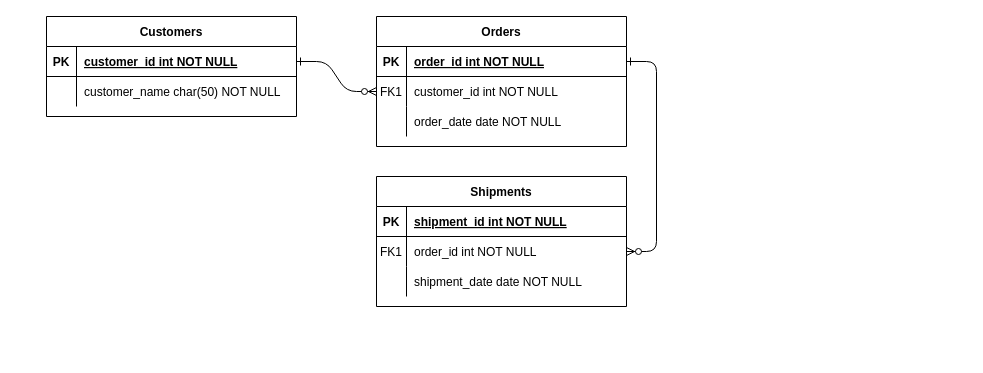
This is Playground.drawio from raulgm00/draw.oi, a draw.io file, before an edit. Source tidied: cells renumbered, new cells numbered last; positions are measured from the earlier drawing's top-left corner, leaving out a move shared by most shapes. Both pictures are drawn from the tidied source at 100%, with x=0, y=0 at pixel (46, 16).
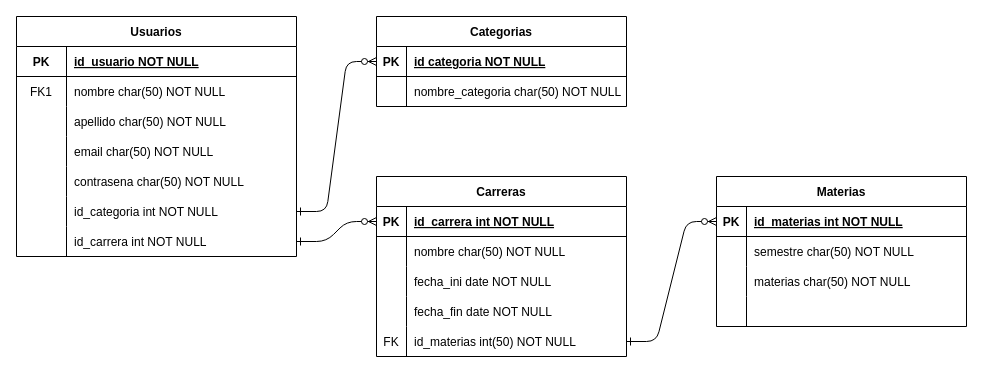
Above is the later version.

The change refers to these unchanged cells:
```xml
<mxCell id="5" style="shape=partialRectangle;fillColor=none;points=[[0,0.5],[1,0.5]];portConstraint=eastwest;top=0;left=0;right=0;bottom=1;" parent="4" vertex="1">
  <mxGeometry y="30" width="250" height="30" as="geometry" />
</mxCell>
<mxCell id="8" style="shape=partialRectangle;fillColor=none;points=[[0,0.5],[1,0.5]];portConstraint=eastwest;top=0;left=0;right=0;bottom=0;" parent="4" vertex="1">
  <mxGeometry y="60" width="250" height="30" as="geometry" />
</mxCell>
<mxCell id="15" style="shape=partialRectangle;fillColor=none;points=[[0,0.5],[1,0.5]];portConstraint=eastwest;top=0;left=0;right=0;bottom=1;" parent="14" vertex="1">
  <mxGeometry y="30" width="250" height="30" as="geometry" />
</mxCell>
<mxCell id="18" style="shape=partialRectangle;fillColor=none;points=[[0,0.5],[1,0.5]];portConstraint=eastwest;top=0;left=0;right=0;bottom=0;" parent="14" vertex="1">
  <mxGeometry y="60" width="250" height="30" as="geometry" />
</mxCell>
<mxCell id="21" style="shape=partialRectangle;fillColor=none;top=0;left=0;right=0;bottom=0;" parent="14" vertex="1">
  <mxGeometry y="90" width="250" height="30" as="geometry" />
</mxCell>
```

What changed in the source:
```diff
@@
-    <mxCell id="2" style="edgeStyle=entityRelationEdgeStyle;endArrow=ERzeroToMany;startArrow=ERone;endFill=1;startFill=0;" parent="1" edge="1" source="25" target="8">
+    <mxCell id="2" style="edgeStyle=entityRelationEdgeStyle;endArrow=ERzeroToMany;startArrow=ERone;endFill=1;startFill=0;entryX=0;entryY=0.5;entryDx=0;entryDy=0;exitX=1;exitY=0.5;exitDx=0;exitDy=0;" parent="1" edge="1" source="49" target="5">
       <mxGeometry relative="1" as="geometry" />
     </mxCell>
-    <mxCell id="3" style="edgeStyle=entityRelationEdgeStyle;endArrow=ERzeroToMany;startArrow=ERone;endFill=1;startFill=0;" parent="1" edge="1" source="5" target="18">
+    <mxCell id="3" style="edgeStyle=entityRelationEdgeStyle;endArrow=ERzeroToMany;startArrow=ERone;endFill=1;startFill=0;entryX=0;entryY=0.5;entryDx=0;entryDy=0;" parent="1" edge="1" source="28" target="15">
       <mxGeometry relative="1" as="geometry" />
     </mxCell>
-    <mxCell id="4" value="Orders" style="shape=table;startSize=30;childLayout=tableLayout;rowLines=0;fontStyle=1;align=center;" parent="1" vertex="1">
-      <mxGeometry x="330" width="250" height="130" as="geometry" />
+    <mxCell id="4" value="Categorias" style="shape=table;startSize=30;childLayout=tableLayout;rowLines=0;fontStyle=1;align=center;" parent="1" vertex="1">
+      <mxGeometry x="330" width="250" height="90" as="geometry" />
     </mxCell>
@@
-    <mxCell id="7" value="order_id int NOT NULL " style="shape=partialRectangle;overflow=hidden;fillColor=none;top=0;left=0;bottom=0;right=0;align=left;spacingLeft=6;fontStyle=5;" parent="5" vertex="1">
+    <mxCell id="7" value="id categoria NOT NULL " style="shape=partialRectangle;overflow=hidden;fillColor=none;top=0;left=0;bottom=0;right=0;align=left;spacingLeft=6;fontStyle=5;" parent="5" vertex="1">
       <mxGeometry x="30" width="220" height="30" as="geometry" />
     </mxCell>
@@
-    <mxCell id="9" value="FK1" style="shape=partialRectangle;overflow=hidden;fillColor=none;top=0;left=0;bottom=0;right=0;" parent="8" vertex="1">
+    <mxCell id="9" style="shape=partialRectangle;overflow=hidden;fillColor=none;top=0;left=0;bottom=0;right=0;" parent="8" vertex="1">
       <mxGeometry width="30" height="30" as="geometry" />
     </mxCell>
-    <mxCell id="10" value="customer_id int NOT NULL" style="shape=partialRectangle;overflow=hidden;fillColor=none;top=0;left=0;bottom=0;right=0;align=left;spacingLeft=6;" parent="8" vertex="1">
+    <mxCell id="10" value="nombre_categoria char(50) NOT NULL" style="shape=partialRectangle;overflow=hidden;fillColor=none;top=0;left=0;bottom=0;right=0;align=left;spacingLeft=6;" parent="8" vertex="1">
       <mxGeometry x="30" width="220" height="30" as="geometry" />
     </mxCell>
-    <mxCell id="11" style="shape=partialRectangle;fillColor=none;top=0;left=0;right=0;bottom=0;" parent="4" vertex="1">
-      <mxGeometry y="90" width="250" height="30" as="geometry" />
-    </mxCell>
-    <mxCell id="12" style="shape=partialRectangle;overflow=hidden;fillColor=none;top=0;left=0;bottom=0;right=0;" parent="11" vertex="1">
-      <mxGeometry width="30" height="30" as="geometry" />
-    </mxCell>
-    <mxCell id="13" value="order_date date NOT NULL" style="shape=partialRectangle;overflow=hidden;fillColor=none;top=0;left=0;bottom=0;right=0;align=left;spacingLeft=6;" parent="11" vertex="1">
-      <mxGeometry x="30" width="220" height="30" as="geometry" />
-    </mxCell>
-    <mxCell id="14" value="Shipments" style="shape=table;startSize=30;childLayout=tableLayout;rowLines=0;fontStyle=1;align=center;" parent="1" vertex="1">
-      <mxGeometry x="330" y="160" width="250" height="130" as="geometry" />
+    <mxCell id="14" value="Carreras" style="shape=table;startSize=30;childLayout=tableLayout;rowLines=0;fontStyle=1;align=center;" parent="1" vertex="1">
+      <mxGeometry x="330" y="160" width="250" height="180" as="geometry" />
     </mxCell>
@@
-    <mxCell id="17" value="shipment_id int NOT NULL " style="shape=partialRectangle;overflow=hidden;fillColor=none;top=0;left=0;bottom=0;right=0;align=left;spacingLeft=6;fontStyle=5;" parent="15" vertex="1">
+    <mxCell id="17" value="id_carrera int NOT NULL " style="shape=partialRectangle;overflow=hidden;fillColor=none;top=0;left=0;bottom=0;right=0;align=left;spacingLeft=6;fontStyle=5;" parent="15" vertex="1">
       <mxGeometry x="30" width="220" height="30" as="geometry" />
     </mxCell>
@@
-    <mxCell id="19" value="FK1" style="shape=partialRectangle;overflow=hidden;fillColor=none;top=0;left=0;bottom=0;right=0;" parent="18" vertex="1">
+    <mxCell id="19" style="shape=partialRectangle;overflow=hidden;fillColor=none;top=0;left=0;bottom=0;right=0;" parent="18" vertex="1">
       <mxGeometry width="30" height="30" as="geometry" />
     </mxCell>
-    <mxCell id="20" value="order_id int NOT NULL" style="shape=partialRectangle;overflow=hidden;fillColor=none;top=0;left=0;bottom=0;right=0;align=left;spacingLeft=6;" parent="18" vertex="1">
+    <mxCell id="20" value="nombre char(50) NOT NULL" style="shape=partialRectangle;overflow=hidden;fillColor=none;top=0;left=0;bottom=0;right=0;align=left;spacingLeft=6;" parent="18" vertex="1">
       <mxGeometry x="30" width="220" height="30" as="geometry" />
     </mxCell>
@@
-    <mxCell id="23" value="shipment_date date NOT NULL" style="shape=partialRectangle;overflow=hidden;fillColor=none;top=0;left=0;bottom=0;right=0;align=left;spacingLeft=6;" parent="21" vertex="1">
+    <mxCell id="23" value="fecha_ini date NOT NULL" style="shape=partialRectangle;overflow=hidden;fillColor=none;top=0;left=0;bottom=0;right=0;align=left;spacingLeft=6;" parent="21" vertex="1">
       <mxGeometry x="30" width="220" height="30" as="geometry" />
     </mxCell>
+    <mxCell id="31" style="shape=partialRectangle;fillColor=none;top=0;left=0;right=0;bottom=0;" parent="14" vertex="1">
+      <mxGeometry y="120" width="250" height="30" as="geometry" />
+    </mxCell>
+    <mxCell id="32" style="shape=partialRectangle;overflow=hidden;fillColor=none;top=0;left=0;bottom=0;right=0;" parent="31" vertex="1">
+      <mxGeometry width="30" height="30" as="geometry" />
+    </mxCell>
+    <mxCell id="33" value="fecha_fin date NOT NULL" style="shape=partialRectangle;overflow=hidden;fillColor=none;top=0;left=0;bottom=0;right=0;align=left;spacingLeft=6;" parent="31" vertex="1">
+      <mxGeometry x="30" width="220" height="30" as="geometry" />
+    </mxCell>
+    <mxCell id="34" style="shape=partialRectangle;fillColor=none;points=[[0,0.5],[1,0.5]];portConstraint=eastwest;top=0;left=0;right=0;bottom=0;" parent="14" vertex="1">
+      <mxGeometry y="150" width="250" height="30" as="geometry" />
+    </mxCell>
+    <mxCell id="35" value="FK" style="shape=partialRectangle;overflow=hidden;fillColor=none;top=0;left=0;bottom=0;right=0;" parent="34" vertex="1">
+      <mxGeometry width="30" height="30" as="geometry" />
+    </mxCell>
+    <mxCell id="36" value="id_materias int(50) NOT NULL" style="shape=partialRectangle;overflow=hidden;fillColor=none;top=0;left=0;bottom=0;right=0;align=left;spacingLeft=6;" parent="34" vertex="1">
+      <mxGeometry x="30" width="220" height="30" as="geometry" />
+    </mxCell>
-    <mxCell id="24" value="Customers" style="shape=table;startSize=30;childLayout=tableLayout;rowLines=0;fontStyle=1;align=center;" parent="1" vertex="1">
-      <mxGeometry width="250" height="100" as="geometry" />
+    <mxCell id="24" value="Usuarios" style="shape=table;startSize=30;childLayout=tableLayout;rowLines=0;fontStyle=1;align=center;" parent="1" vertex="1">
+      <mxGeometry x="-30" width="280" height="240" as="geometry" />
     </mxCell>
     <mxCell id="25" style="shape=partialRectangle;fillColor=none;points=[[0,0.5],[1,0.5]];portConstraint=eastwest;top=0;left=0;right=0;bottom=1;" parent="24" vertex="1">
-      <mxGeometry y="30" width="250" height="30" as="geometry" />
+      <mxGeometry y="30" width="280" height="30" as="geometry" />
     </mxCell>
     <mxCell id="26" value="PK" style="shape=partialRectangle;overflow=hidden;fillColor=none;top=0;left=0;bottom=0;right=0;fontStyle=1;" parent="25" vertex="1">
-      <mxGeometry width="30" height="30" as="geometry" />
+      <mxGeometry width="50" height="30" as="geometry" />
     </mxCell>
-    <mxCell id="27" value="customer_id int NOT NULL " style="shape=partialRectangle;overflow=hidden;fillColor=none;top=0;left=0;bottom=0;right=0;align=left;spacingLeft=6;fontStyle=5;" parent="25" vertex="1">
-      <mxGeometry x="30" width="220" height="30" as="geometry" />
+    <mxCell id="27" value="id  usuario NOT NULL " style="shape=partialRectangle;overflow=hidden;fillColor=none;top=0;left=0;bottom=0;right=0;align=left;spacingLeft=6;fontStyle=5;" parent="25" vertex="1">
+      <mxGeometry x="50" width="230" height="30" as="geometry" />
     </mxCell>
+    <mxCell id="37" style="shape=partialRectangle;fillColor=none;top=0;left=0;right=0;bottom=0;" parent="24" vertex="1">
+      <mxGeometry y="60" width="280" height="30" as="geometry" />
+    </mxCell>
+    <mxCell id="38" value="FK1" style="shape=partialRectangle;overflow=hidden;fillColor=none;top=0;left=0;bottom=0;right=0;" parent="37" vertex="1">
+      <mxGeometry width="50" height="30" as="geometry" />
+    </mxCell>
+    <mxCell id="39" value="nombre char(50) NOT NULL" style="shape=partialRectangle;overflow=hidden;fillColor=none;top=0;left=0;bottom=0;right=0;align=left;spacingLeft=6;" parent="37" vertex="1">
+      <mxGeometry x="50" width="230" height="30" as="geometry" />
+    </mxCell>
+    <mxCell id="40" style="shape=partialRectangle;fillColor=none;top=0;left=0;right=0;bottom=0;" parent="24" vertex="1">
+      <mxGeometry y="90" width="280" height="30" as="geometry" />
+    </mxCell>
+    <mxCell id="41" value="    " style="shape=partialRectangle;overflow=hidden;fillColor=none;top=0;left=0;bottom=0;right=0;" parent="40" vertex="1">
+      <mxGeometry width="50" height="30" as="geometry" />
+    </mxCell>
+    <mxCell id="42" value="apellido char(50) NOT NULL" style="shape=partialRectangle;overflow=hidden;fillColor=none;top=0;left=0;bottom=0;right=0;align=left;spacingLeft=6;" parent="40" vertex="1">
+      <mxGeometry x="50" width="230" height="30" as="geometry" />
+    </mxCell>
+    <mxCell id="43" style="shape=partialRectangle;fillColor=none;top=0;left=0;right=0;bottom=0;" parent="24" vertex="1">
+      <mxGeometry y="120" width="280" height="30" as="geometry" />
+    </mxCell>
+    <mxCell id="44" value="    " style="shape=partialRectangle;overflow=hidden;fillColor=none;top=0;left=0;bottom=0;right=0;" parent="43" vertex="1">
+      <mxGeometry width="50" height="30" as="geometry" />
+    </mxCell>
+    <mxCell id="45" value="email char(50) NOT NULL" style="shape=partialRectangle;overflow=hidden;fillColor=none;top=0;left=0;bottom=0;right=0;align=left;spacingLeft=6;" parent="43" vertex="1">
+      <mxGeometry x="50" width="230" height="30" as="geometry" />
+    </mxCell>
+    <mxCell id="46" style="shape=partialRectangle;fillColor=none;top=0;left=0;right=0;bottom=0;" parent="24" vertex="1">
+      <mxGeometry y="150" width="280" height="30" as="geometry" />
+    </mxCell>
+    <mxCell id="47" value="    " style="shape=partialRectangle;overflow=hidden;fillColor=none;top=0;left=0;bottom=0;right=0;" parent="46" vertex="1">
+      <mxGeometry width="50" height="30" as="geometry" />
+    </mxCell>
+    <mxCell id="48" value="contrasena char(50) NOT NULL" style="shape=partialRectangle;overflow=hidden;fillColor=none;top=0;left=0;bottom=0;right=0;align=left;spacingLeft=6;" parent="46" vertex="1">
+      <mxGeometry x="50" width="230" height="30" as="geometry" />
+    </mxCell>
+    <mxCell id="49" style="shape=partialRectangle;fillColor=none;points=[[0,0.5],[1,0.5]];portConstraint=eastwest;top=0;left=0;right=0;bottom=0;" parent="24" vertex="1">
+      <mxGeometry y="180" width="280" height="30" as="geometry" />
+    </mxCell>
+    <mxCell id="50" value="    " style="shape=partialRectangle;overflow=hidden;fillColor=none;top=0;left=0;bottom=0;right=0;" parent="49" vertex="1">
+      <mxGeometry width="50" height="30" as="geometry" />
+    </mxCell>
+    <mxCell id="51" value="id_categoria int NOT NULL" style="shape=partialRectangle;overflow=hidden;fillColor=none;top=0;left=0;bottom=0;right=0;align=left;spacingLeft=6;" parent="49" vertex="1">
+      <mxGeometry x="50" width="230" height="30" as="geometry" />
+    </mxCell>
     <mxCell id="28" style="shape=partialRectangle;fillColor=none;points=[[0,0.5],[1,0.5]];portConstraint=eastwest;top=0;left=0;right=0;bottom=0;" parent="24" vertex="1">
-      <mxGeometry y="60" width="250" height="30" as="geometry" />
+      <mxGeometry y="210" width="280" height="30" as="geometry" />
     </mxCell>
-    <mxCell id="29" style="shape=partialRectangle;overflow=hidden;fillColor=none;top=0;left=0;bottom=0;right=0;" parent="28" vertex="1">
-      <mxGeometry width="30" height="30" as="geometry" />
+    <mxCell id="29" value="    " style="shape=partialRectangle;overflow=hidden;fillColor=none;top=0;left=0;bottom=0;right=0;" parent="28" vertex="1">
+      <mxGeometry width="50" height="30" as="geometry" />
     </mxCell>
-    <mxCell id="30" value="customer_name char(50) NOT NULL" style="shape=partialRectangle;overflow=hidden;fillColor=none;top=0;left=0;bottom=0;right=0;align=left;spacingLeft=6;" parent="28" vertex="1">
-      <mxGeometry x="30" width="220" height="30" as="geometry" />
+    <mxCell id="30" value="id_carrera int NOT NULL" style="shape=partialRectangle;overflow=hidden;fillColor=none;top=0;left=0;bottom=0;right=0;align=left;spacingLeft=6;" parent="28" vertex="1">
+      <mxGeometry x="50" width="230" height="30" as="geometry" />
     </mxCell>
+    <mxCell id="52" value="Materias" style="shape=table;startSize=30;childLayout=tableLayout;rowLines=0;fontStyle=1;align=center;" parent="1" vertex="1">
+      <mxGeometry x="670" y="160" width="250" height="150" as="geometry" />
+    </mxCell>
+    <mxCell id="53" style="shape=partialRectangle;fillColor=none;points=[[0,0.5],[1,0.5]];portConstraint=eastwest;top=0;left=0;right=0;bottom=1;" parent="52" vertex="1">
+      <mxGeometry y="30" width="250" height="30" as="geometry" />
+    </mxCell>
+    <mxCell id="54" value="PK" style="shape=partialRectangle;overflow=hidden;fillColor=none;top=0;left=0;bottom=0;right=0;fontStyle=1;" parent="53" vertex="1">
+      <mxGeometry width="30" height="30" as="geometry" />
+    </mxCell>
+    <mxCell id="55" value="id_materias int NOT NULL " style="shape=partialRectangle;overflow=hidden;fillColor=none;top=0;left=0;bottom=0;right=0;align=left;spacingLeft=6;fontStyle=5;" parent="53" vertex="1">
+      <mxGeometry x="30" width="220" height="30" as="geometry" />
+    </mxCell>
+    <mxCell id="56" style="shape=partialRectangle;fillColor=none;top=0;left=0;right=0;bottom=0;" parent="52" vertex="1">
+      <mxGeometry y="60" width="250" height="30" as="geometry" />
+    </mxCell>
+    <mxCell id="57" style="shape=partialRectangle;overflow=hidden;fillColor=none;top=0;left=0;bottom=0;right=0;" parent="56" vertex="1">
+      <mxGeometry width="30" height="30" as="geometry" />
+    </mxCell>
+    <mxCell id="58" value="semestre char(50) NOT NULL" style="shape=partialRectangle;overflow=hidden;fillColor=none;top=0;left=0;bottom=0;right=0;align=left;spacingLeft=6;" parent="56" vertex="1">
+      <mxGeometry x="30" width="220" height="30" as="geometry" />
+    </mxCell>
+    <mxCell id="11" style="shape=partialRectangle;fillColor=none;top=0;left=0;right=0;bottom=0;" parent="52" vertex="1">
+      <mxGeometry y="90" width="250" height="30" as="geometry" />
+    </mxCell>
+    <mxCell id="59" style="shape=partialRectangle;overflow=hidden;fillColor=none;top=0;left=0;bottom=0;right=0;" parent="11" vertex="1">
+      <mxGeometry width="30" height="30" as="geometry" />
+    </mxCell>
+    <mxCell id="60" value="materias char(50) NOT NULL" style="shape=partialRectangle;overflow=hidden;fillColor=none;top=0;left=0;bottom=0;right=0;align=left;spacingLeft=6;" parent="11" vertex="1">
+      <mxGeometry x="30" width="220" height="30" as="geometry" />
+    </mxCell>
+    <mxCell id="61" style="shape=partialRectangle;fillColor=none;top=0;left=0;right=0;bottom=0;" parent="52" vertex="1">
+      <mxGeometry y="120" width="250" height="30" as="geometry" />
+    </mxCell>
+    <mxCell id="62" style="shape=partialRectangle;overflow=hidden;fillColor=none;top=0;left=0;bottom=0;right=0;" parent="61" vertex="1">
+      <mxGeometry width="30" height="30" as="geometry" />
+    </mxCell>
+    <mxCell id="63" style="shape=partialRectangle;overflow=hidden;fillColor=none;top=0;left=0;bottom=0;right=0;align=left;spacingLeft=6;" parent="61" vertex="1">
+      <mxGeometry x="30" width="220" height="30" as="geometry" />
+    </mxCell>
+    <mxCell id="64" style="edgeStyle=entityRelationEdgeStyle;endArrow=ERzeroToMany;startArrow=ERone;endFill=1;startFill=0;entryX=0;entryY=0.5;entryDx=0;entryDy=0;exitX=1;exitY=0.5;exitDx=0;exitDy=0;" parent="1" edge="1" source="34" target="53">
+      <mxGeometry relative="1" as="geometry">
+        <Array as="points">
+          <mxPoint x="650" y="390" />
+        </Array>
+      </mxGeometry>
+    </mxCell>
```
